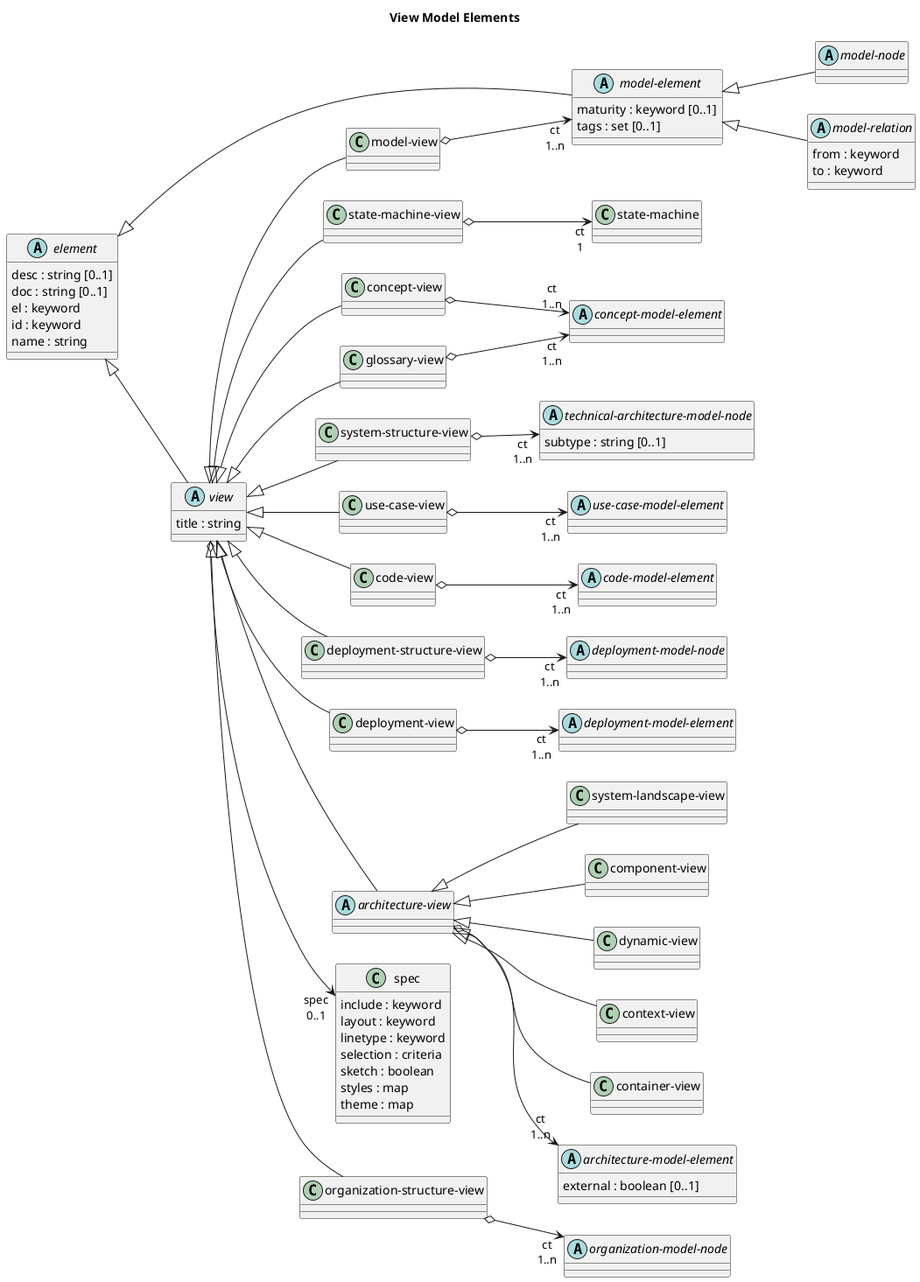
This is docs/overarch/data-model/view-model-elements.png from soulspace-org/overarch, a PlantUML export, as it was before one commit.
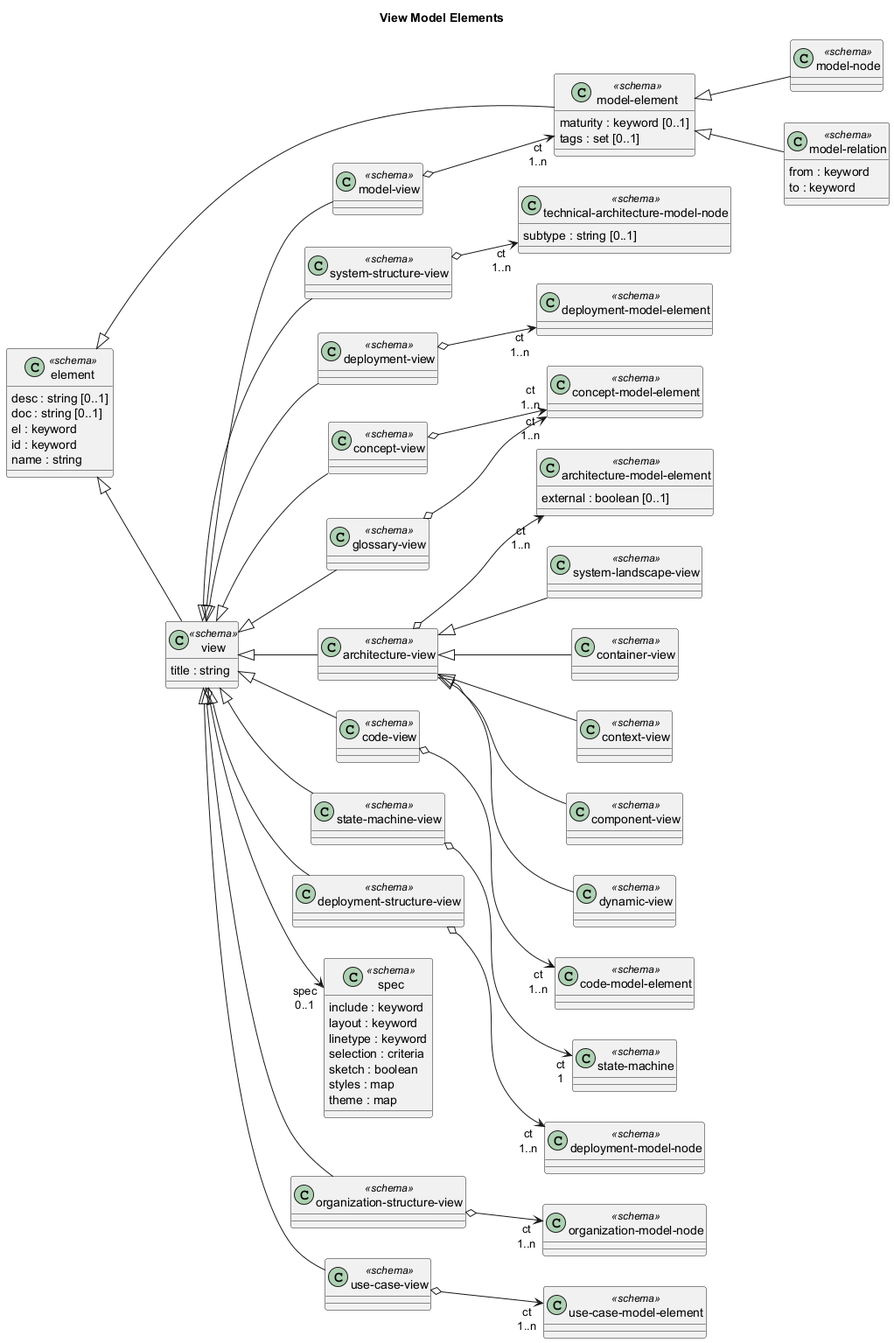
The same file after the commit.

Change to the diagram source:
```diff
@@ -7,49 +7,47 @@
 
 title View Model Elements
 
-abstract class "technical-architecture-model-node" as overarch_dataModel_technicalArchitectureModelNode {
-  subtype : string [0..1]
-}
-abstract class "concept-model-element" as overarch_dataModel_conceptModelElement {}
-class "state-machine-view" as overarch_dataModel_stateMachineView {}
-class "concept-view" as overarch_dataModel_conceptView {}
-abstract class "model-element" as overarch_dataModel_modelElement {
+class "deployment-model-node" as overarch_dataModel_deploymentModelNode <<schema>> {}
+class "model-element" as overarch_dataModel_modelElement <<schema>> {
   maturity : keyword [0..1]
   tags : set [0..1]
 }
-class "system-landscape-view" as overarch_dataModel_systemLandscapeView {}
-class "component-view" as overarch_dataModel_componentView {}
-class "system-structure-view" as overarch_dataModel_systemStructureView {}
-class "use-case-view" as overarch_dataModel_useCaseView {}
-class "code-view" as overarch_dataModel_codeView {}
-abstract class "deployment-model-node" as overarch_dataModel_deploymentModelNode {}
-class "dynamic-view" as overarch_dataModel_dynamicView {}
-class "deployment-structure-view" as overarch_dataModel_deploymentStructureView {}
-class "state-machine" as overarch_dataModel_stateMachine {}
-abstract class "model-node" as overarch_dataModel_modelNode {}
-class "glossary-view" as overarch_dataModel_glossaryView {}
-abstract class "model-relation" as overarch_dataModel_modelRelation {
-  from : keyword
-  to : keyword
+class "system-structure-view" as overarch_dataModel_systemStructureView <<schema>> {}
+class "architecture-model-element" as overarch_dataModel_architectureModelElement <<schema>> {
+  external : boolean [0..1]
 }
-class "deployment-view" as overarch_dataModel_deploymentView {}
-class "context-view" as overarch_dataModel_contextView {}
-abstract class "deployment-model-element" as overarch_dataModel_deploymentModelElement {}
-class "model-view" as overarch_dataModel_modelView {}
-class "container-view" as overarch_dataModel_containerView {}
-abstract class "architecture-view" as overarch_dataModel_architectureView {}
-abstract class "use-case-model-element" as overarch_dataModel_useCaseModelElement {}
-abstract class "element" as overarch_dataModel_element {
+class "state-machine" as overarch_dataModel_stateMachine <<schema>> {}
+class "concept-model-element" as overarch_dataModel_conceptModelElement <<schema>> {}
+class "organization-model-node" as overarch_dataModel_organizationModelNode <<schema>> {}
+class "deployment-view" as overarch_dataModel_deploymentView <<schema>> {}
+class "concept-view" as overarch_dataModel_conceptView <<schema>> {}
+class "system-landscape-view" as overarch_dataModel_systemLandscapeView <<schema>> {}
+class "architecture-view" as overarch_dataModel_architectureView <<schema>> {}
+class "container-view" as overarch_dataModel_containerView <<schema>> {}
+class "technical-architecture-model-node" as overarch_dataModel_technicalArchitectureModelNode <<schema>> {
+  subtype : string [0..1]
+}
+class "code-view" as overarch_dataModel_codeView <<schema>> {}
+class "state-machine-view" as overarch_dataModel_stateMachineView <<schema>> {}
+class "context-view" as overarch_dataModel_contextView <<schema>> {}
+class "model-node" as overarch_dataModel_modelNode <<schema>> {}
+class "model-view" as overarch_dataModel_modelView <<schema>> {}
+class "use-case-model-element" as overarch_dataModel_useCaseModelElement <<schema>> {}
+class "element" as overarch_dataModel_element <<schema>> {
   desc : string [0..1]
   doc : string [0..1]
   el : keyword
   id : keyword
   name : string
 }
-abstract class "architecture-model-element" as overarch_dataModel_architectureModelElement {
-  external : boolean [0..1]
+class "glossary-view" as overarch_dataModel_glossaryView <<schema>> {}
+class "deployment-model-element" as overarch_dataModel_deploymentModelElement <<schema>> {}
+class "deployment-structure-view" as overarch_dataModel_deploymentStructureView <<schema>> {}
+class "model-relation" as overarch_dataModel_modelRelation <<schema>> {
+  from : keyword
+  to : keyword
 }
-class "spec" as overarch_dataModel_renderingSpec {
+class "spec" as overarch_dataModel_renderingSpec <<schema>> {
   include : keyword
   layout : keyword
   linetype : keyword
@@ -58,12 +56,14 @@
   styles : map
   theme : map
 }
-abstract class "code-model-element" as overarch_dataModel_codeModelElement {}
-abstract class "organization-model-node" as overarch_dataModel_organizationModelNode {}
-abstract class "view" as overarch_dataModel_view {
+class "organization-structure-view" as overarch_dataModel_organizationStructureView <<schema>> {}
+class "component-view" as overarch_dataModel_componentView <<schema>> {}
+class "code-model-element" as overarch_dataModel_codeModelElement <<schema>> {}
+class "view" as overarch_dataModel_view <<schema>> {
   title : string
 }
-class "organization-structure-view" as overarch_dataModel_organizationStructureView {}
+class "dynamic-view" as overarch_dataModel_dynamicView <<schema>> {}
+class "use-case-view" as overarch_dataModel_useCaseView <<schema>> {}
 overarch_dataModel_codeView o-->  "ct\n1..n" overarch_dataModel_codeModelElement
 overarch_dataModel_architectureView <|-- overarch_dataModel_dynamicView
 overarch_dataModel_element <|-- overarch_dataModel_modelElement
```
